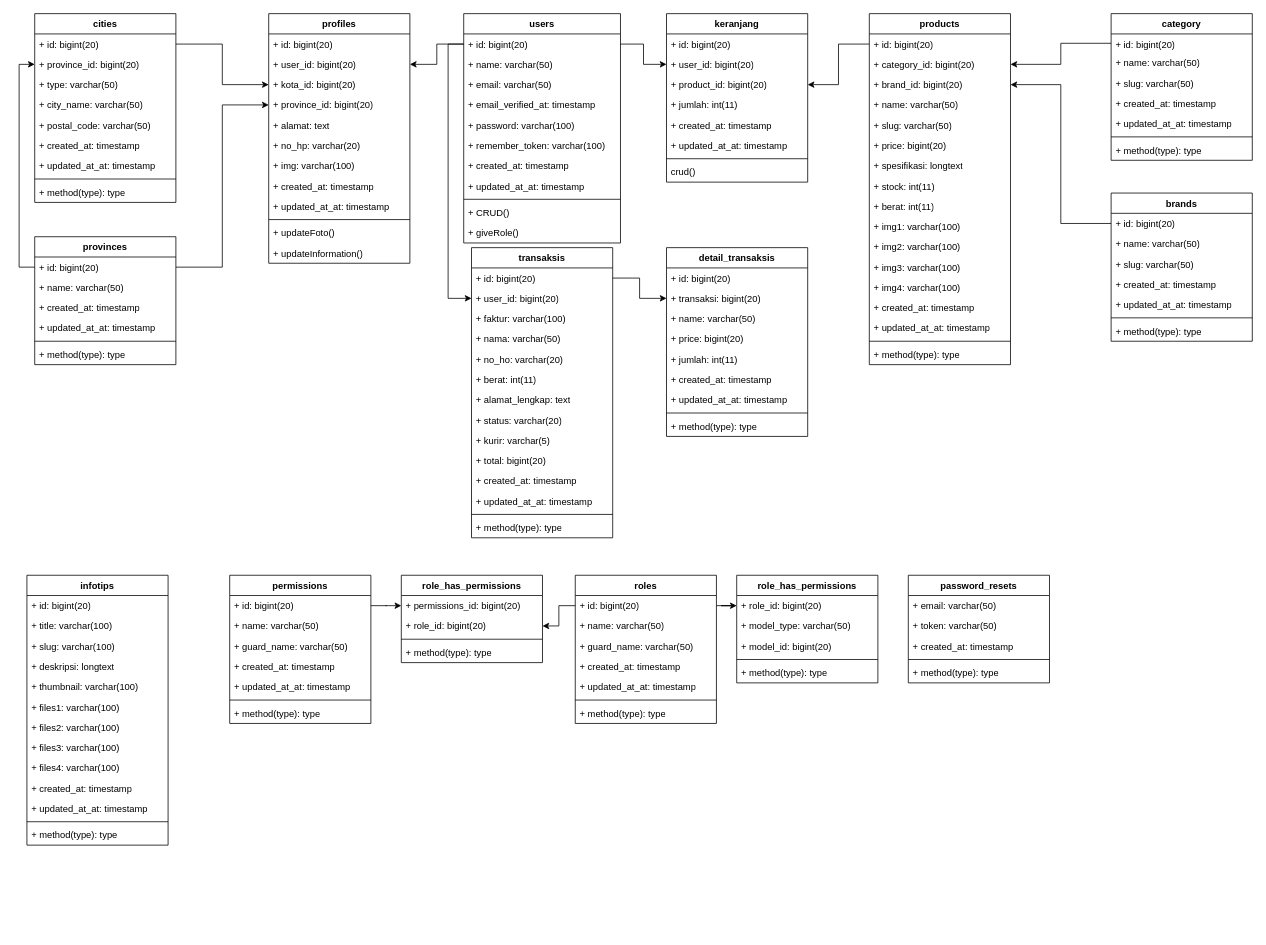
Above: page "Halaman-2" (2 of 2) of classdiagram.drawio in ThikerXCX/umltoko (draw.io), before the change. Source tidied: cells renumbered, new cells numbered last; positions are measured from the earlier drawing's top-left corner, leaving out a move shared by most shapes. Both pictures are drawn from the tidied source at 78%, with x=0, y=0 at pixel (27, 13).
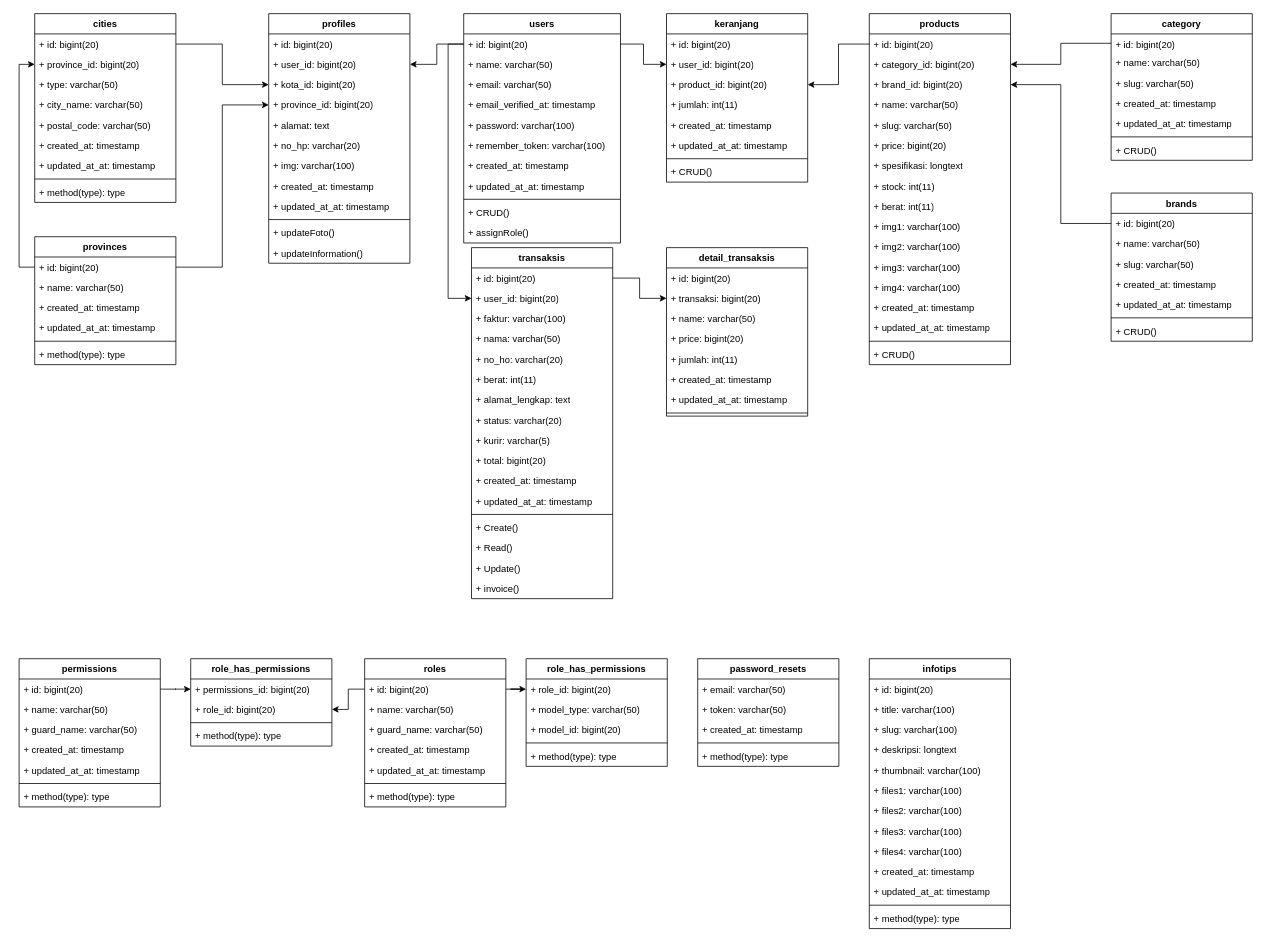
The same diagram, later.

The change refers to these unchanged cells:
```xml
<mxCell id="15" value="users" style="swimlane;fontStyle=1;align=center;verticalAlign=top;horizontal=1;startSize=26;whiteSpace=wrap;html=1;" parent="1" vertex="1">
  <mxGeometry x="560" width="201" height="294" as="geometry" />
</mxCell>
<mxCell id="27" value="keranjang" style="swimlane;fontStyle=1;align=center;verticalAlign=top;horizontal=1;startSize=26;whiteSpace=wrap;html=1;" parent="1" vertex="1">
  <mxGeometry x="820" width="181" height="216" as="geometry" />
</mxCell>
<mxCell id="36" value="products" style="swimlane;fontStyle=1;align=center;verticalAlign=top;horizontal=1;startSize=26;whiteSpace=wrap;html=1;" parent="1" vertex="1">
  <mxGeometry x="1080" width="181" height="450" as="geometry" />
</mxCell>
<mxCell id="64" value="category" style="swimlane;fontStyle=1;align=center;verticalAlign=top;horizontal=1;startSize=26;whiteSpace=wrap;html=1;" parent="1" vertex="1">
  <mxGeometry x="1390" width="181" height="188" as="geometry" />
</mxCell>
<mxCell id="72" value="brands" style="swimlane;fontStyle=1;align=center;verticalAlign=top;horizontal=1;startSize=26;whiteSpace=wrap;html=1;" parent="1" vertex="1">
  <mxGeometry x="1390" y="230" width="181" height="190" as="geometry" />
</mxCell>
```

What changed in the source:
```diff
@@
-    <mxCell id="26" value="+ giveRole()" style="text;strokeColor=none;fillColor=none;align=left;verticalAlign=top;spacingLeft=4;spacingRight=4;overflow=hidden;whiteSpace=wrap;html=1;" parent="15" vertex="1">
+    <mxCell id="26" value="+ assignRole()" style="text;strokeColor=none;fillColor=none;align=left;verticalAlign=top;spacingLeft=4;spacingRight=4;overflow=hidden;whiteSpace=wrap;html=1;" parent="15" vertex="1">
       <mxGeometry y="268" width="201" height="26" as="geometry" />
     </mxCell>
@@
-    <mxCell id="35" value="crud()" style="text;strokeColor=none;fillColor=none;align=left;verticalAlign=top;spacingLeft=4;spacingRight=4;overflow=hidden;whiteSpace=wrap;html=1;" parent="27" vertex="1">
+    <mxCell id="35" value="+ CRUD()" style="text;strokeColor=none;fillColor=none;align=left;verticalAlign=top;spacingLeft=4;spacingRight=4;overflow=hidden;whiteSpace=wrap;html=1;" parent="27" vertex="1">
       <mxGeometry y="190" width="181" height="26" as="geometry" />
     </mxCell>
@@
-    <mxCell id="53" value="+ method(type): type" style="text;strokeColor=none;fillColor=none;align=left;verticalAlign=top;spacingLeft=4;spacingRight=4;overflow=hidden;whiteSpace=wrap;html=1;" parent="36" vertex="1">
+    <mxCell id="53" value="+ CRUD()" style="text;strokeColor=none;fillColor=none;align=left;verticalAlign=top;spacingLeft=4;spacingRight=4;overflow=hidden;whiteSpace=wrap;html=1;" parent="36" vertex="1">
       <mxGeometry y="424" width="181" height="26" as="geometry" />
     </mxCell>
@@
-    <mxCell id="71" value="+ method(type): type" style="text;strokeColor=none;fillColor=none;align=left;verticalAlign=top;spacingLeft=4;spacingRight=4;overflow=hidden;whiteSpace=wrap;html=1;" parent="64" vertex="1">
+    <mxCell id="71" value="+ CRUD()" style="text;strokeColor=none;fillColor=none;align=left;verticalAlign=top;spacingLeft=4;spacingRight=4;overflow=hidden;whiteSpace=wrap;html=1;" parent="64" vertex="1">
       <mxGeometry y="162" width="181" height="26" as="geometry" />
     </mxCell>
@@
-    <mxCell id="79" value="+ method(type): type" style="text;strokeColor=none;fillColor=none;align=left;verticalAlign=top;spacingLeft=4;spacingRight=4;overflow=hidden;whiteSpace=wrap;html=1;" parent="72" vertex="1">
+    <mxCell id="79" value="+ CRUD()" style="text;strokeColor=none;fillColor=none;align=left;verticalAlign=top;spacingLeft=4;spacingRight=4;overflow=hidden;whiteSpace=wrap;html=1;" parent="72" vertex="1">
       <mxGeometry y="164" width="181" height="26" as="geometry" />
     </mxCell>
     <mxCell id="80" value="infotips" style="swimlane;fontStyle=1;align=center;verticalAlign=top;horizontal=1;startSize=26;whiteSpace=wrap;html=1;" parent="1" vertex="1">
-      <mxGeometry y="720" width="181" height="346" as="geometry" />
+      <mxGeometry x="1080" y="827" width="181" height="346" as="geometry" />
     </mxCell>
@@
     <mxCell id="94" value="transaksis" style="swimlane;fontStyle=1;align=center;verticalAlign=top;horizontal=1;startSize=26;whiteSpace=wrap;html=1;" parent="1" vertex="1">
-      <mxGeometry x="570" y="300" width="181" height="372" as="geometry" />
+      <mxGeometry x="570" y="300" width="181" height="450" as="geometry" />
     </mxCell>
@@
-    <mxCell id="108" value="+ method(type): type" style="text;strokeColor=none;fillColor=none;align=left;verticalAlign=top;spacingLeft=4;spacingRight=4;overflow=hidden;whiteSpace=wrap;html=1;" parent="94" vertex="1">
+    <mxCell id="108" value="+ Create()" style="text;strokeColor=none;fillColor=none;align=left;verticalAlign=top;spacingLeft=4;spacingRight=4;overflow=hidden;whiteSpace=wrap;html=1;" parent="94" vertex="1">
       <mxGeometry y="346" width="181" height="26" as="geometry" />
     </mxCell>
+    <mxCell id="172" value="+ Read()" style="text;strokeColor=none;fillColor=none;align=left;verticalAlign=top;spacingLeft=4;spacingRight=4;overflow=hidden;whiteSpace=wrap;html=1;" parent="94" vertex="1">
+      <mxGeometry y="372" width="181" height="26" as="geometry" />
+    </mxCell>
+    <mxCell id="173" value="+ Update()" style="text;strokeColor=none;fillColor=none;align=left;verticalAlign=top;spacingLeft=4;spacingRight=4;overflow=hidden;whiteSpace=wrap;html=1;" parent="94" vertex="1">
+      <mxGeometry y="398" width="181" height="26" as="geometry" />
+    </mxCell>
+    <mxCell id="174" value="+ invoice()" style="text;strokeColor=none;fillColor=none;align=left;verticalAlign=top;spacingLeft=4;spacingRight=4;overflow=hidden;whiteSpace=wrap;html=1;" parent="94" vertex="1">
+      <mxGeometry y="424" width="181" height="26" as="geometry" />
+    </mxCell>
     <mxCell id="109" value="detail_transaksis" style="swimlane;fontStyle=1;align=center;verticalAlign=top;horizontal=1;startSize=26;whiteSpace=wrap;html=1;" parent="1" vertex="1">
-      <mxGeometry x="820" y="300" width="181" height="242" as="geometry" />
+      <mxGeometry x="820" y="300" width="181" height="216" as="geometry" />
     </mxCell>
@@
-    <mxCell id="118" value="+ method(type): type" style="text;strokeColor=none;fillColor=none;align=left;verticalAlign=top;spacingLeft=4;spacingRight=4;overflow=hidden;whiteSpace=wrap;html=1;" parent="109" vertex="1">
-      <mxGeometry y="216" width="181" height="26" as="geometry" />
-    </mxCell>
@@
     <mxCell id="126" value="permissions" style="swimlane;fontStyle=1;align=center;verticalAlign=top;horizontal=1;startSize=26;whiteSpace=wrap;html=1;" parent="1" vertex="1">
-      <mxGeometry x="260" y="720" width="181" height="190" as="geometry" />
+      <mxGeometry x="-10" y="827" width="181" height="190" as="geometry" />
     </mxCell>
@@
     <mxCell id="134" value="role_has_permissions" style="swimlane;fontStyle=1;align=center;verticalAlign=top;horizontal=1;startSize=26;whiteSpace=wrap;html=1;" parent="1" vertex="1">
-      <mxGeometry x="480" y="720" width="181" height="112" as="geometry" />
+      <mxGeometry x="210" y="827" width="181" height="112" as="geometry" />
     </mxCell>
@@
     <mxCell id="139" value="roles" style="swimlane;fontStyle=1;align=center;verticalAlign=top;horizontal=1;startSize=26;whiteSpace=wrap;html=1;" parent="1" vertex="1">
-      <mxGeometry x="703" y="720" width="181" height="190" as="geometry" />
+      <mxGeometry x="433" y="827" width="181" height="190" as="geometry" />
     </mxCell>
@@
     <mxCell id="147" value="role_has_permissions" style="swimlane;fontStyle=1;align=center;verticalAlign=top;horizontal=1;startSize=26;whiteSpace=wrap;html=1;" parent="1" vertex="1">
-      <mxGeometry x="910" y="720" width="181" height="138" as="geometry" />
+      <mxGeometry x="640" y="827" width="181" height="138" as="geometry" />
     </mxCell>
@@
     <mxCell id="153" value="password_resets" style="swimlane;fontStyle=1;align=center;verticalAlign=top;horizontal=1;startSize=26;whiteSpace=wrap;html=1;" parent="1" vertex="1">
-      <mxGeometry x="1130" y="720" width="181" height="138" as="geometry" />
+      <mxGeometry x="860" y="827" width="181" height="138" as="geometry" />
     </mxCell>
```
